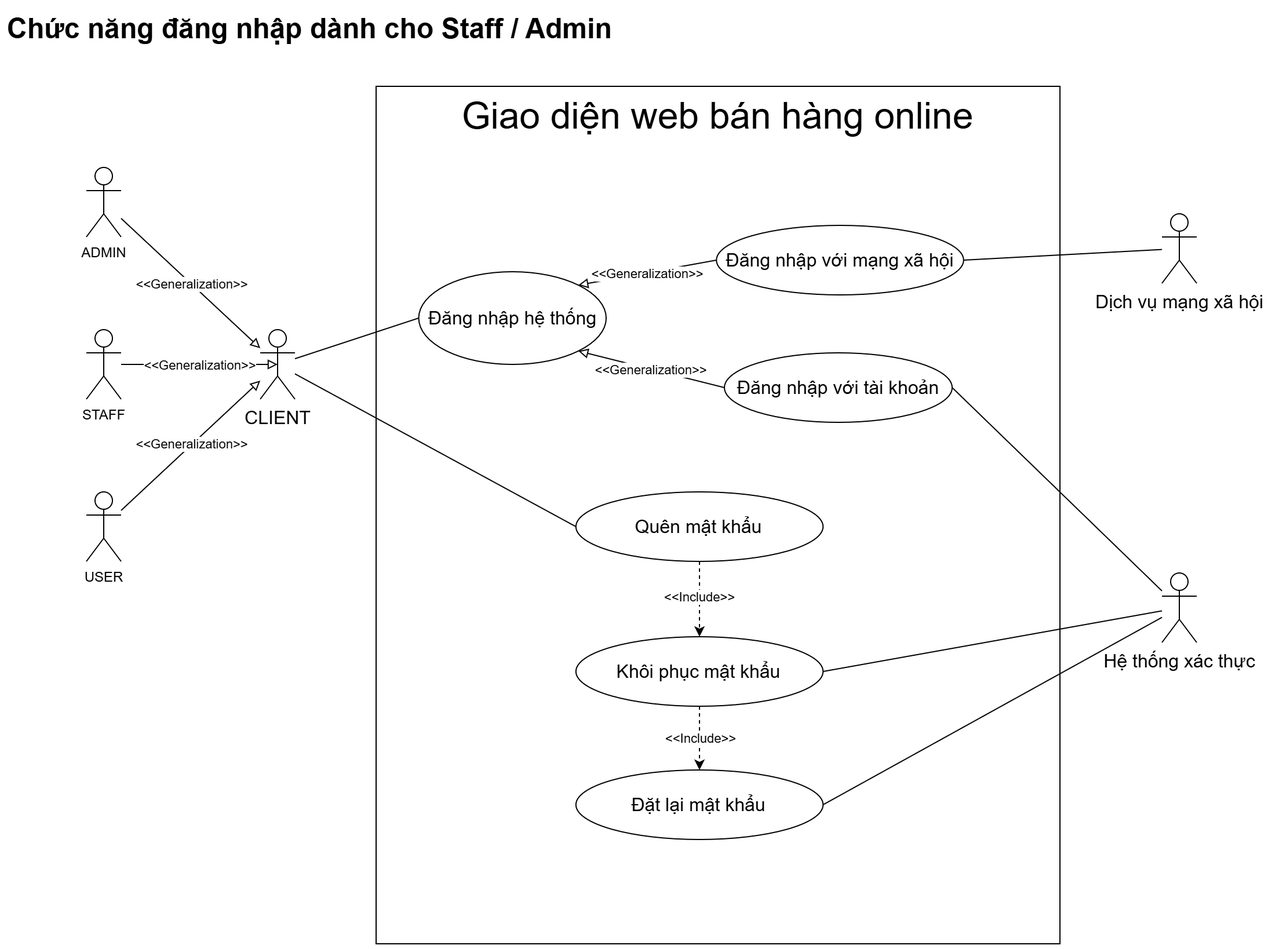
hungtran3011/SAD-uml keeps this draw.io diagram as usecase/Usecase_Login.png. Above is the earlier version. Source tidied: cells renumbered, new cells last; positions are measured from the earlier drawing's top-left corner, leaving out a move shared by most shapes.
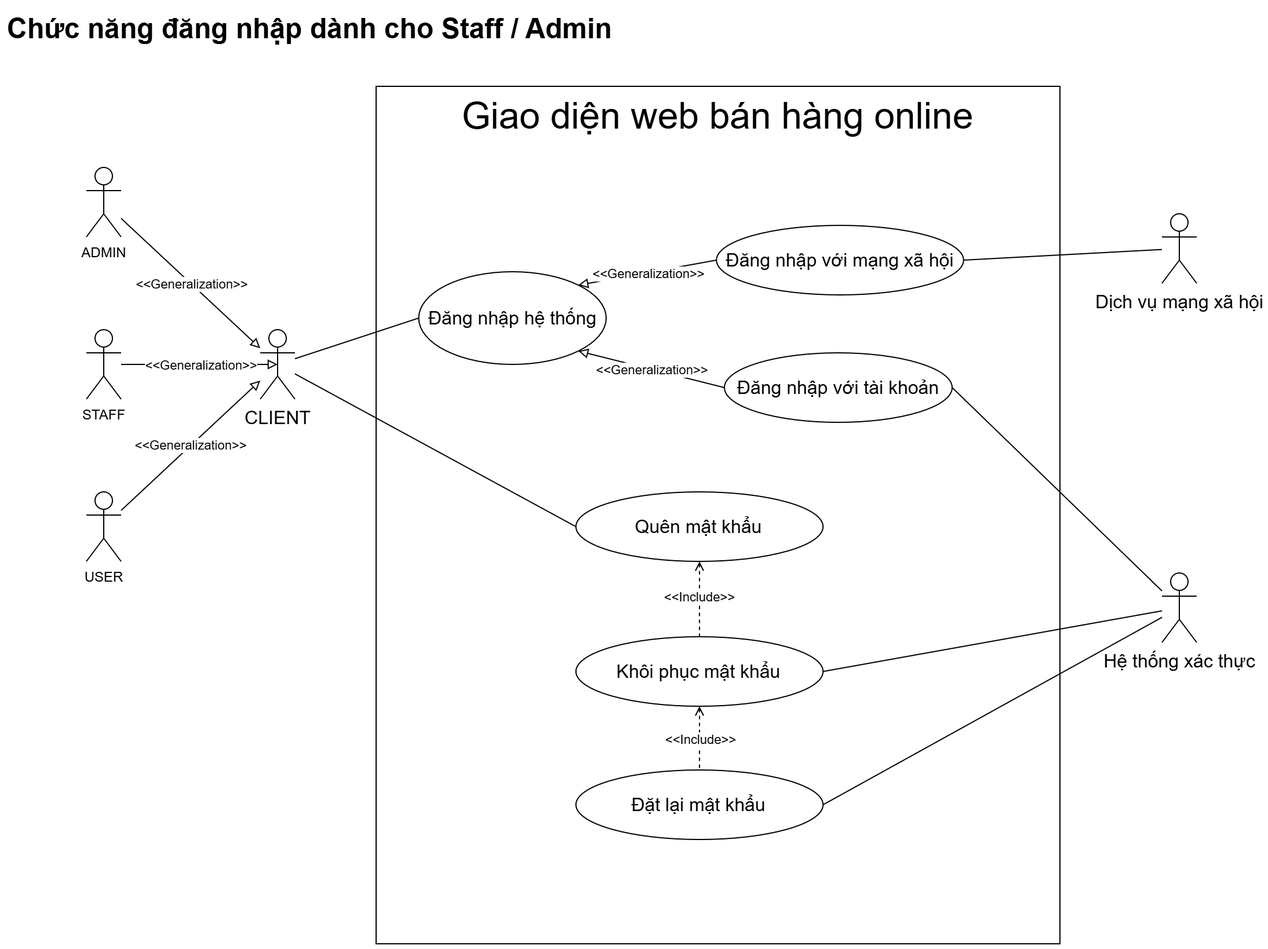
After the commit.

Commit message:
update package and usecase diagram

What changed in the source:
```diff
@@ -65,7 +65,7 @@
     <mxCell id="22" value="&amp;lt;&amp;lt;Generalization&amp;gt;&amp;gt;" style="edgeLabel;html=1;align=center;verticalAlign=middle;" parent="21" vertex="1">
       <mxGeometry relative="1" as="geometry" />
     </mxCell>
-    <mxCell id="23" style="edgeStyle=none;rounded=0;jettySize=auto;html=1;entryX=0.5;entryY=0;entryDx=0;entryDy=0;dashed=1;" parent="1" edge="1" source="25" target="28">
+    <mxCell id="23" style="edgeStyle=none;rounded=0;jettySize=auto;html=1;entryX=0.5;entryY=0;entryDx=0;entryDy=0;dashed=1;startArrow=open;startFill=0;endArrow=none;" parent="1" edge="1" source="25" target="28">
       <mxGeometry relative="1" as="geometry" />
     </mxCell>
     <mxCell id="24" value="&amp;lt;&amp;lt;Include&amp;gt;&amp;gt;" style="edgeLabel;html=1;align=center;verticalAlign=middle;" parent="23" vertex="1">
@@ -74,7 +74,7 @@
     <mxCell id="25" value="Quên mật khẩu" style="ellipse;whiteSpace=wrap;html=1;fontSize=16;" parent="1" vertex="1">
       <mxGeometry x="492.4" y="420" width="213.2" height="60" as="geometry" />
     </mxCell>
-    <mxCell id="26" style="edgeStyle=none;rounded=0;jettySize=auto;html=1;entryX=0.5;entryY=0;entryDx=0;entryDy=0;dashed=1;" parent="1" edge="1" source="28" target="29">
+    <mxCell id="26" style="edgeStyle=none;rounded=0;jettySize=auto;html=1;entryX=0.5;entryY=0;entryDx=0;entryDy=0;dashed=1;startArrow=open;startFill=0;endArrow=none;" parent="1" edge="1" source="28" target="29">
       <mxGeometry relative="1" as="geometry" />
     </mxCell>
     <mxCell id="27" value="&amp;lt;&amp;lt;Include&amp;gt;&amp;gt;" style="edgeLabel;html=1;align=center;verticalAlign=middle;" parent="26" vertex="1">
```
